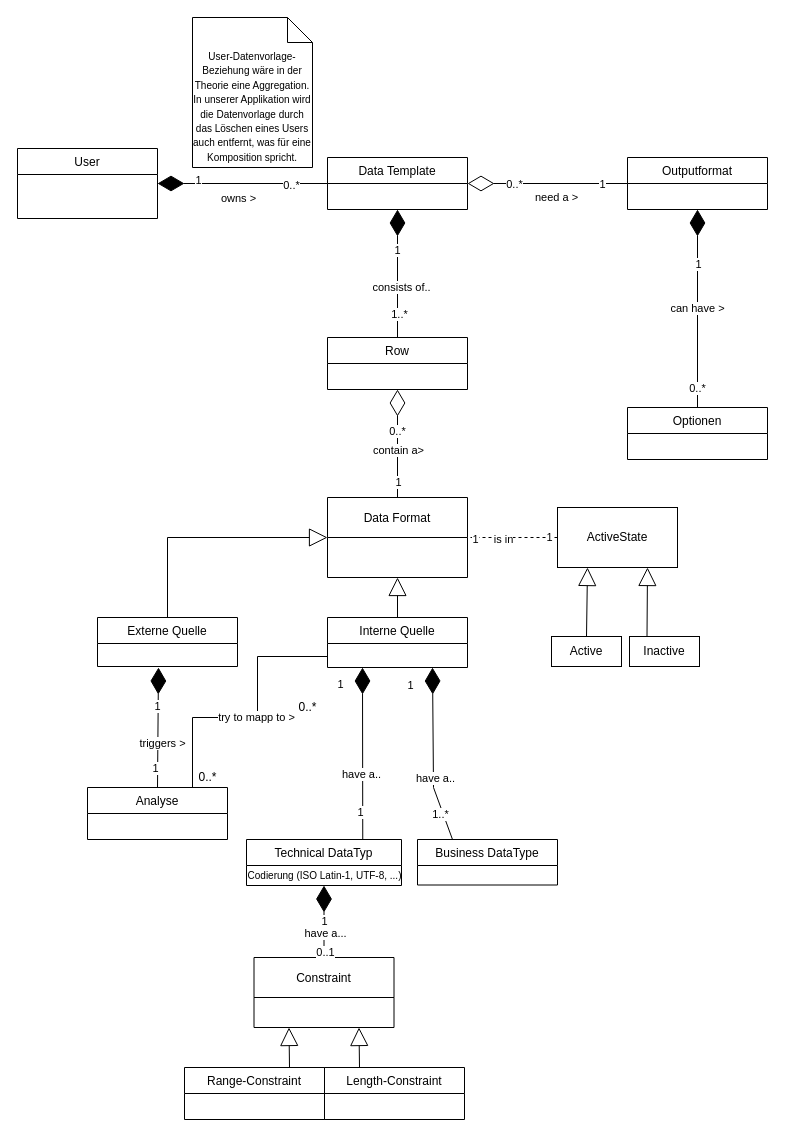
Above: datagen-backend/src/main/resources/domain.drawio in Edelmetall/LoremIpsum (draw.io), before the change. Source tidied: cells renumbered, new cells numbered last; positions are measured from the earlier drawing's top-left corner, leaving out a move shared by most shapes. Both pictures are drawn from the tidied source at 100%, with x=0, y=0 at pixel (17, 17).
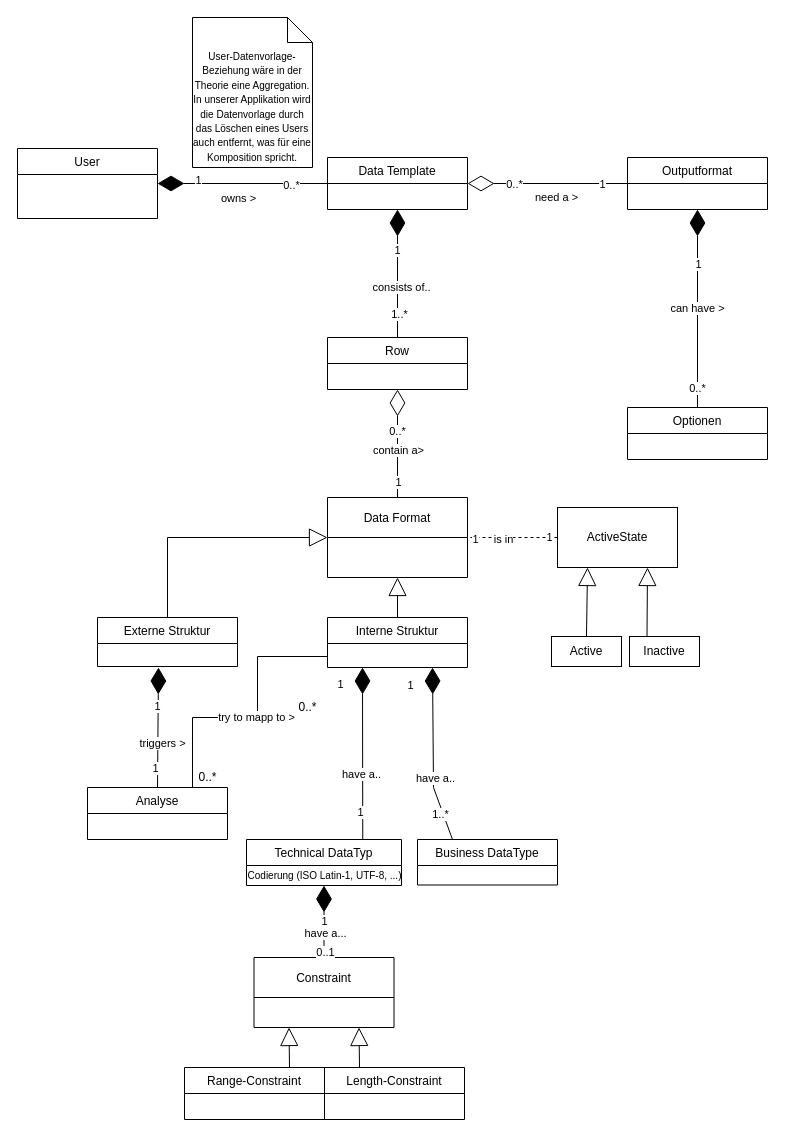
After the change.

The edit, as a diff of the source:
```diff
@@
-    <mxCell id="4" value="Externe Quelle" style="swimlane;fontStyle=0;horizontal=1;startSize=26;fillColor=none;" parent="1" vertex="1">
+    <mxCell id="4" value="Externe Struktur" style="swimlane;fontStyle=0;horizontal=1;startSize=26;fillColor=none;" parent="1" vertex="1">
       <mxGeometry x="80" y="600" width="140" height="49" as="geometry" />
     </mxCell>
@@
-    <mxCell id="6" value="Interne Quelle" style="swimlane;fontStyle=0;horizontal=1;startSize=26;fillColor=none;" parent="1" vertex="1">
+    <mxCell id="6" value="Interne Struktur" style="swimlane;fontStyle=0;horizontal=1;startSize=26;fillColor=none;" parent="1" vertex="1">
       <mxGeometry x="310" y="600" width="140" height="50" as="geometry" />
     </mxCell>
```
